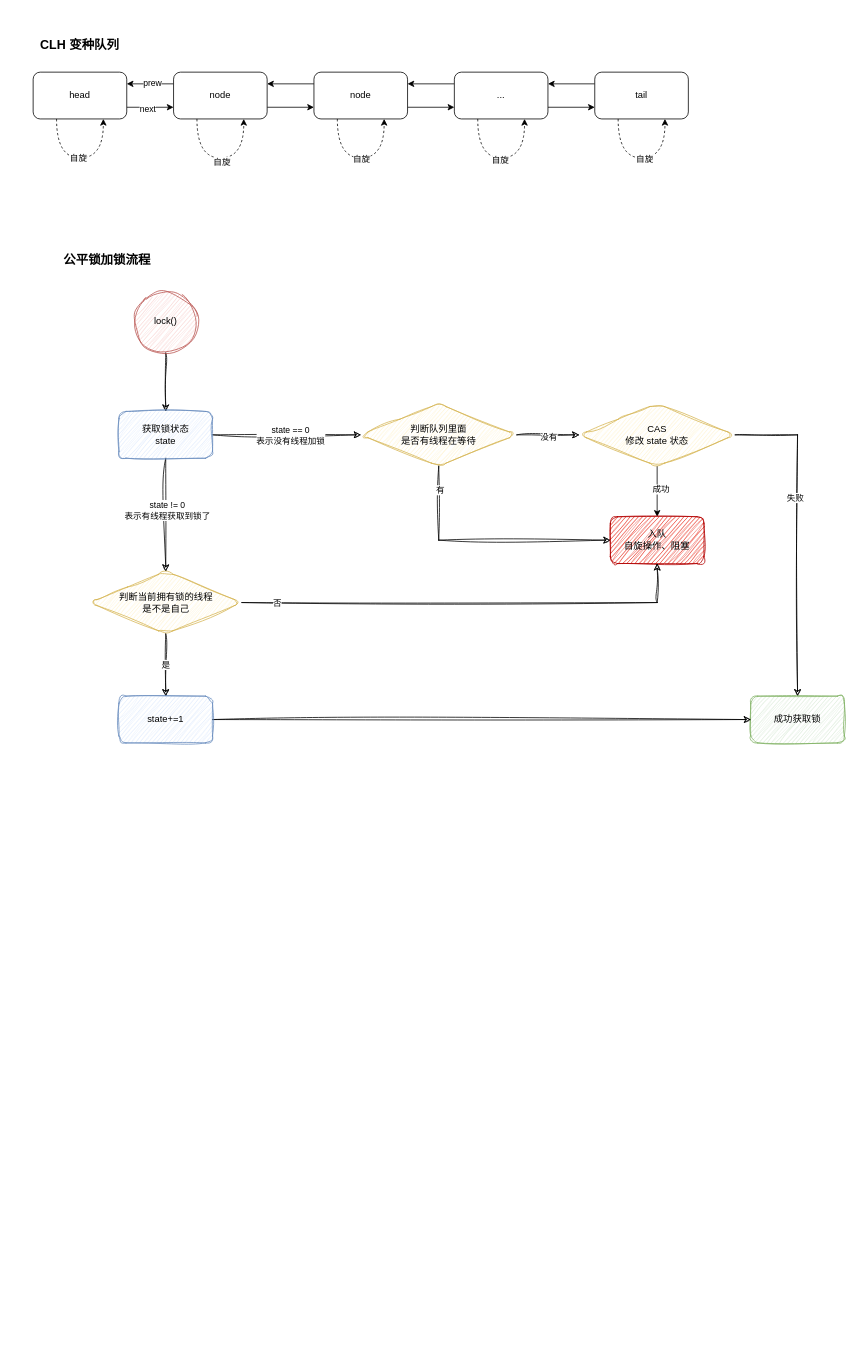
Before: juc/公平/非公平锁.drawio in thebesteric/draw.io, a draw.io diagram. Source tidied: cells renumbered, new cells numbered last; positions are measured from the earlier drawing's top-left corner, leaving out a move shared by most shapes. Both pictures are drawn from the tidied source at 78%, with x=0, y=0 at pixel (13, 33).
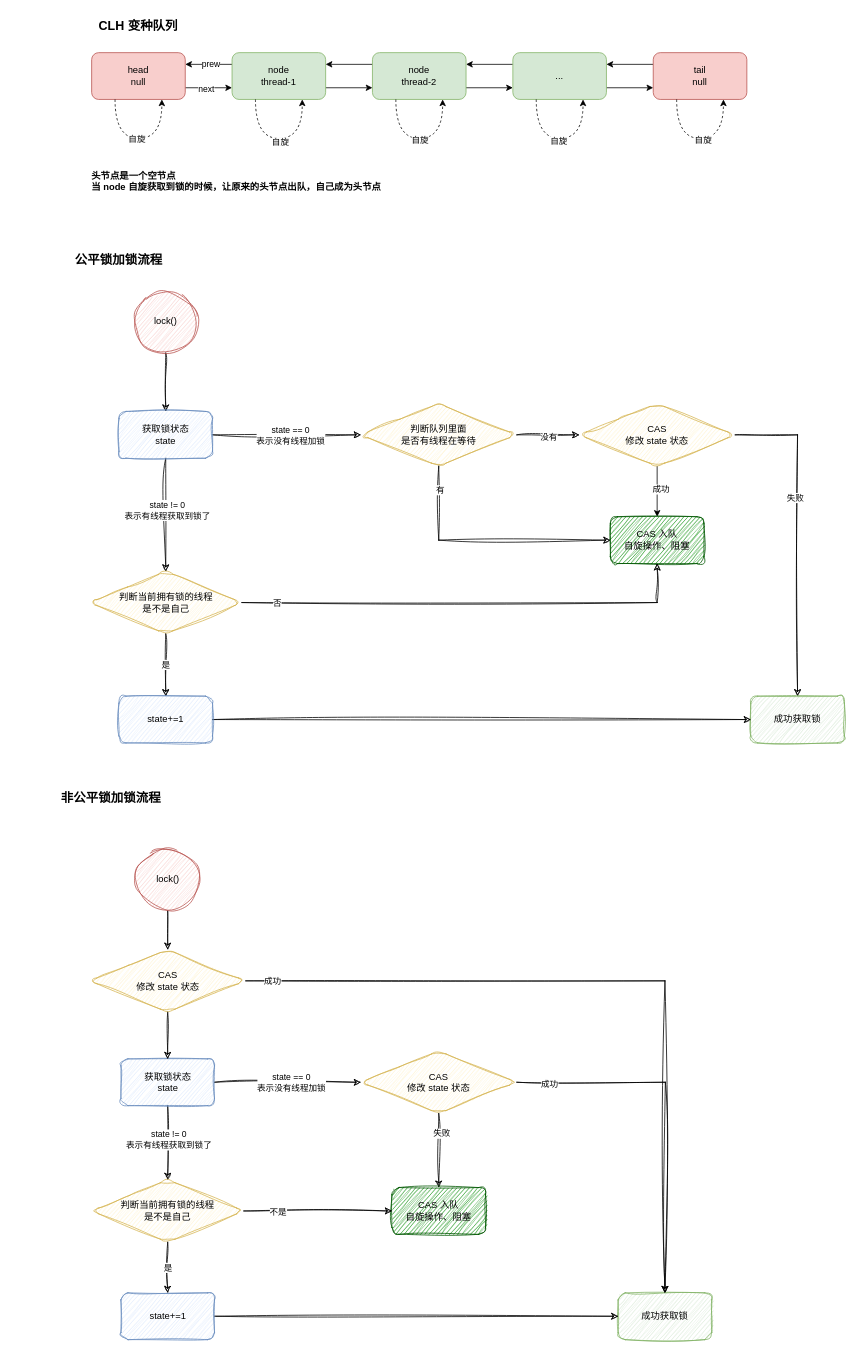
Above is the later version.

Commit message (it also covers changes not shown here):
更新公平/非公平锁.drawio

What changed in the source:
```diff
@@
     <mxCell id="8" value="公平锁加锁流程" style="text;html=1;strokeColor=none;fillColor=none;align=center;verticalAlign=middle;whiteSpace=wrap;rounded=0;fontStyle=1;fontSize=16;" parent="1" vertex="1">
-      <mxGeometry x="35" y="275" width="170" height="30" as="geometry" />
+      <mxGeometry x="65" y="275" width="140" height="30" as="geometry" />
     </mxCell>
@@
-    <mxCell id="16" value="head" style="rounded=1;whiteSpace=wrap;html=1;" parent="1" vertex="1">
-      <mxGeometry x="25" y="50" width="120" height="60" as="geometry" />
+    <mxCell id="16" value="head&lt;br&gt;null" style="rounded=1;whiteSpace=wrap;html=1;fillColor=#f8cecc;strokeColor=#b85450;" parent="1" vertex="1">
+      <mxGeometry x="100" y="25" width="120" height="60" as="geometry" />
     </mxCell>
@@
-    <mxCell id="20" value="node" style="rounded=1;whiteSpace=wrap;html=1;" parent="1" vertex="1">
-      <mxGeometry x="205" y="50" width="120" height="60" as="geometry" />
+    <mxCell id="20" value="node&lt;br&gt;thread-1" style="rounded=1;whiteSpace=wrap;html=1;fillColor=#d5e8d4;strokeColor=#82b366;" parent="1" vertex="1">
+      <mxGeometry x="280" y="25" width="120" height="60" as="geometry" />
     </mxCell>
@@
-    <mxCell id="23" value="node" style="rounded=1;whiteSpace=wrap;html=1;" parent="1" vertex="1">
-      <mxGeometry x="385" y="50" width="120" height="60" as="geometry" />
+    <mxCell id="23" value="node&lt;br&gt;thread-2" style="rounded=1;whiteSpace=wrap;html=1;fillColor=#d5e8d4;strokeColor=#82b366;" parent="1" vertex="1">
+      <mxGeometry x="460" y="25" width="120" height="60" as="geometry" />
     </mxCell>
@@
-    <mxCell id="26" value="..." style="rounded=1;whiteSpace=wrap;html=1;" parent="1" vertex="1">
-      <mxGeometry x="565" y="50" width="120" height="60" as="geometry" />
+    <mxCell id="26" value="..." style="rounded=1;whiteSpace=wrap;html=1;fillColor=#d5e8d4;strokeColor=#82b366;" parent="1" vertex="1">
+      <mxGeometry x="640" y="25" width="120" height="60" as="geometry" />
     </mxCell>
@@
-    <mxCell id="28" value="tail" style="rounded=1;whiteSpace=wrap;html=1;" parent="1" vertex="1">
-      <mxGeometry x="745" y="50" width="120" height="60" as="geometry" />
+    <mxCell id="28" value="tail&lt;br&gt;null" style="rounded=1;whiteSpace=wrap;html=1;fillColor=#f8cecc;strokeColor=#b85450;" parent="1" vertex="1">
+      <mxGeometry x="820" y="25" width="120" height="60" as="geometry" />
     </mxCell>
     <mxCell id="29" value="CLH 变种队列" style="text;html=1;strokeColor=none;fillColor=none;align=center;verticalAlign=middle;whiteSpace=wrap;rounded=0;fontStyle=1;fontSize=16;" parent="1" vertex="1">
-      <mxGeometry width="170" height="30" as="geometry" />
+      <mxGeometry x="75" y="-25" width="170" height="30" as="geometry" />
     </mxCell>
     <mxCell id="30" style="edgeStyle=orthogonalEdgeStyle;rounded=0;orthogonalLoop=1;jettySize=auto;html=1;exitX=0.25;exitY=1;exitDx=0;exitDy=0;entryX=0.75;entryY=1;entryDx=0;entryDy=0;curved=1;dashed=1;" parent="1" edge="1" source="20" target="20">
       <mxGeometry relative="1" as="geometry">
         <Array as="points">
-          <mxPoint x="235" y="160" />
-          <mxPoint x="295" y="160" />
+          <mxPoint x="310" y="135" />
+          <mxPoint x="370" y="135" />
         </Array>
       </mxGeometry>
     </mxCell>
@@
     <mxCell id="32" style="edgeStyle=orthogonalEdgeStyle;rounded=0;orthogonalLoop=1;jettySize=auto;html=1;exitX=0.25;exitY=1;exitDx=0;exitDy=0;entryX=0.75;entryY=1;entryDx=0;entryDy=0;curved=1;dashed=1;" parent="1" edge="1" source="23" target="23">
       <mxGeometry relative="1" as="geometry">
         <Array as="points">
-          <mxPoint x="415" y="160" />
-          <mxPoint x="475" y="160" />
+          <mxPoint x="490" y="135" />
+          <mxPoint x="550" y="135" />
         </Array>
       </mxGeometry>
     </mxCell>
@@
     <mxCell id="34" style="edgeStyle=orthogonalEdgeStyle;rounded=0;orthogonalLoop=1;jettySize=auto;html=1;exitX=0.25;exitY=1;exitDx=0;exitDy=0;entryX=0.75;entryY=1;entryDx=0;entryDy=0;curved=1;dashed=1;" parent="1" edge="1" source="26" target="26">
       <mxGeometry relative="1" as="geometry">
         <Array as="points">
-          <mxPoint x="595" y="160" />
-          <mxPoint x="655" y="160" />
+          <mxPoint x="670" y="135" />
+          <mxPoint x="730" y="135" />
         </Array>
       </mxGeometry>
     </mxCell>
@@
     <mxCell id="36" style="edgeStyle=orthogonalEdgeStyle;rounded=0;orthogonalLoop=1;jettySize=auto;html=1;exitX=0.25;exitY=1;exitDx=0;exitDy=0;entryX=0.75;entryY=1;entryDx=0;entryDy=0;curved=1;dashed=1;" parent="1" edge="1" source="28" target="28">
       <mxGeometry relative="1" as="geometry">
         <Array as="points">
-          <mxPoint x="775" y="160" />
-          <mxPoint x="835" y="160" />
+          <mxPoint x="850" y="135" />
+          <mxPoint x="910" y="135" />
         </Array>
       </mxGeometry>
     </mxCell>
@@
     <mxCell id="38" style="edgeStyle=orthogonalEdgeStyle;rounded=0;orthogonalLoop=1;jettySize=auto;html=1;exitX=0.25;exitY=1;exitDx=0;exitDy=0;entryX=0.75;entryY=1;entryDx=0;entryDy=0;curved=1;dashed=1;" parent="1" edge="1" source="16" target="16">
       <mxGeometry relative="1" as="geometry">
         <Array as="points">
-          <mxPoint x="55" y="160" />
-          <mxPoint x="115" y="160" />
+          <mxPoint x="130" y="135" />
+          <mxPoint x="190" y="135" />
         </Array>
       </mxGeometry>
     </mxCell>
@@
-    <mxCell id="47" value="入队&lt;br&gt;自旋操作、阻塞" style="whiteSpace=wrap;html=1;rounded=1;sketch=1;curveFitting=1;jiggle=2;fillColor=#e51400;strokeColor=#B20000;fontColor=#000000;" parent="1" vertex="1">
+    <mxCell id="47" value="CAS 入队&lt;br&gt;自旋操作、阻塞" style="whiteSpace=wrap;html=1;rounded=1;sketch=1;curveFitting=1;jiggle=2;fillColor=#008a00;strokeColor=#005700;fontColor=#000000;" parent="1" vertex="1">
       <mxGeometry x="765" y="620" width="120" height="60" as="geometry" />
     </mxCell>
@@
+    <mxCell id="54" value="头节点是一个空节点&lt;br&gt;当 node 自旋获取到锁的时候，让原来的头节点出队，自己成为头节点" style="text;html=1;strokeColor=none;fillColor=none;align=left;verticalAlign=middle;whiteSpace=wrap;rounded=0;fontStyle=1;" parent="1" vertex="1">
+      <mxGeometry x="97.5" y="165" width="386" height="50" as="geometry" />
+    </mxCell>
+    <mxCell id="55" value="非公平锁加锁流程" style="text;html=1;strokeColor=none;fillColor=none;align=center;verticalAlign=middle;whiteSpace=wrap;rounded=0;fontStyle=1;fontSize=16;" parent="1" vertex="1">
+      <mxGeometry x="55" y="965" width="140" height="30" as="geometry" />
+    </mxCell>
+    <mxCell id="56" style="edgeStyle=orthogonalEdgeStyle;rounded=0;jettySize=auto;html=1;sketch=1;curveFitting=1;jiggle=2;exitX=0.5;exitY=1;exitDx=0;exitDy=0;entryX=0.5;entryY=0;entryDx=0;entryDy=0;" parent="1" edge="1" source="67" target="79">
+      <mxGeometry relative="1" as="geometry" />
+    </mxCell>
+    <mxCell id="57" style="edgeStyle=orthogonalEdgeStyle;rounded=0;jettySize=auto;html=1;sketch=1;curveFitting=1;jiggle=2;entryX=0;entryY=0.5;entryDx=0;entryDy=0;" parent="1" edge="1" source="61" target="66">
+      <mxGeometry relative="1" as="geometry" />
+    </mxCell>
+    <mxCell id="58" value="state == 0&lt;br&gt;表示没有线程加锁" style="edgeLabel;html=1;align=center;verticalAlign=middle;" parent="57" vertex="1">
+      <mxGeometry x="0.04" relative="1" as="geometry" />
+    </mxCell>
+    <mxCell id="59" style="edgeStyle=orthogonalEdgeStyle;rounded=0;jettySize=auto;html=1;sketch=1;curveFitting=1;jiggle=2;" parent="1" edge="1" source="61" target="73">
+      <mxGeometry relative="1" as="geometry" />
+    </mxCell>
+    <mxCell id="60" value="state != 0&lt;br&gt;表示有线程获取到锁了" style="edgeLabel;html=1;align=center;verticalAlign=middle;" parent="59" vertex="1">
+      <mxGeometry x="-0.09" y="1" relative="1" as="geometry" />
+    </mxCell>
+    <mxCell id="61" value="获取锁状态&lt;br&gt;state" style="whiteSpace=wrap;html=1;rounded=1;sketch=1;curveFitting=1;jiggle=2;fillColor=#dae8fc;strokeColor=#6c8ebf;" parent="1" vertex="1">
+      <mxGeometry x="137.5" y="1315" width="120" height="60" as="geometry" />
+    </mxCell>
+    <mxCell id="62" style="edgeStyle=orthogonalEdgeStyle;rounded=0;jettySize=auto;html=1;sketch=1;curveFitting=1;jiggle=2;entryX=0.5;entryY=0;entryDx=0;entryDy=0;" parent="1" edge="1" source="66" target="69">
+      <mxGeometry relative="1" as="geometry" />
+    </mxCell>
+    <mxCell id="63" value="失败" style="edgeLabel;html=1;align=center;verticalAlign=middle;" parent="62" vertex="1">
+      <mxGeometry x="-0.47" y="3" relative="1" as="geometry" />
+    </mxCell>
+    <mxCell id="64" style="edgeStyle=orthogonalEdgeStyle;rounded=0;jettySize=auto;html=1;exitX=1;exitY=0.5;exitDx=0;exitDy=0;sketch=1;curveFitting=1;jiggle=2;" parent="1" edge="1" source="66">
+      <mxGeometry relative="1" as="geometry">
+        <mxPoint x="835" y="1615" as="targetPoint" />
+      </mxGeometry>
+    </mxCell>
+    <mxCell id="65" value="成功" style="edgeLabel;html=1;align=center;verticalAlign=middle;" parent="64" vertex="1">
+      <mxGeometry x="-0.82" y="-2" relative="1" as="geometry" />
+    </mxCell>
+    <mxCell id="66" value="CAS&lt;br&gt;修改 state 状态" style="rhombus;whiteSpace=wrap;html=1;rounded=1;sketch=1;curveFitting=1;jiggle=2;fillColor=#fff2cc;strokeColor=#d6b656;" parent="1" vertex="1">
+      <mxGeometry x="445" y="1305" width="200" height="80" as="geometry" />
+    </mxCell>
+    <mxCell id="67" value="lock()" style="ellipse;whiteSpace=wrap;html=1;sketch=1;curveFitting=1;jiggle=2;fillColor=#f8cecc;strokeColor=#b85450;" parent="1" vertex="1">
+      <mxGeometry x="157.5" y="1045" width="80" height="80" as="geometry" />
+    </mxCell>
+    <mxCell id="68" value="成功获取锁" style="whiteSpace=wrap;html=1;fillColor=#d5e8d4;strokeColor=#82b366;rounded=1;sketch=1;curveFitting=1;jiggle=2;" parent="1" vertex="1">
+      <mxGeometry x="775" y="1615" width="120" height="60" as="geometry" />
+    </mxCell>
+    <mxCell id="69" value="CAS 入队&lt;br&gt;自旋操作、阻塞" style="whiteSpace=wrap;html=1;rounded=1;sketch=1;curveFitting=1;jiggle=2;fillColor=#008a00;strokeColor=#005700;fontColor=#000000;" parent="1" vertex="1">
+      <mxGeometry x="485" y="1480" width="120" height="60" as="geometry" />
+    </mxCell>
+    <mxCell id="70" value="是" style="edgeStyle=orthogonalEdgeStyle;rounded=0;jettySize=auto;html=1;sketch=1;curveFitting=1;jiggle=2;" parent="1" edge="1" source="73" target="75">
+      <mxGeometry relative="1" as="geometry" />
+    </mxCell>
+    <mxCell id="71" style="edgeStyle=orthogonalEdgeStyle;rounded=0;jettySize=auto;html=1;exitX=1;exitY=0.5;exitDx=0;exitDy=0;sketch=1;curveFitting=1;jiggle=2;entryX=0;entryY=0.5;entryDx=0;entryDy=0;" parent="1" edge="1" source="73" target="69">
+      <mxGeometry relative="1" as="geometry" />
+    </mxCell>
+    <mxCell id="72" value="不是" style="edgeLabel;html=1;align=center;verticalAlign=middle;" parent="71" vertex="1">
+      <mxGeometry x="-0.55" y="-1" relative="1" as="geometry" />
+    </mxCell>
+    <mxCell id="73" value="判断当前拥有锁的线程&lt;br&gt;是不是自己" style="rhombus;whiteSpace=wrap;html=1;rounded=1;sketch=1;curveFitting=1;jiggle=2;fillColor=#fff2cc;strokeColor=#d6b656;" parent="1" vertex="1">
+      <mxGeometry x="100" y="1470" width="195" height="80" as="geometry" />
+    </mxCell>
+    <mxCell id="74" style="edgeStyle=orthogonalEdgeStyle;rounded=0;jettySize=auto;html=1;exitX=1;exitY=0.5;exitDx=0;exitDy=0;entryX=0;entryY=0.5;entryDx=0;entryDy=0;sketch=1;curveFitting=1;jiggle=2;" parent="1" edge="1" source="75" target="68">
+      <mxGeometry relative="1" as="geometry" />
+    </mxCell>
+    <mxCell id="75" value="state+=1" style="whiteSpace=wrap;html=1;fillColor=#dae8fc;strokeColor=#6c8ebf;rounded=1;sketch=1;curveFitting=1;jiggle=2;" parent="1" vertex="1">
+      <mxGeometry x="137.5" y="1615" width="120" height="60" as="geometry" />
+    </mxCell>
+    <mxCell id="76" style="edgeStyle=orthogonalEdgeStyle;rounded=0;jettySize=auto;html=1;entryX=0.5;entryY=0;entryDx=0;entryDy=0;sketch=1;curveFitting=1;jiggle=2;" parent="1" edge="1" source="79" target="68">
+      <mxGeometry relative="1" as="geometry" />
+    </mxCell>
+    <mxCell id="77" value="成功" style="edgeLabel;html=1;align=center;verticalAlign=middle;" parent="76" vertex="1">
+      <mxGeometry x="-0.93" y="4" relative="1" as="geometry">
+        <mxPoint x="1" y="4" as="offset" />
+      </mxGeometry>
+    </mxCell>
+    <mxCell id="78" style="edgeStyle=orthogonalEdgeStyle;rounded=0;jettySize=auto;html=1;exitX=0.5;exitY=1;exitDx=0;exitDy=0;entryX=0.5;entryY=0;entryDx=0;entryDy=0;sketch=1;curveFitting=1;jiggle=2;" parent="1" edge="1" source="79" target="61">
+      <mxGeometry relative="1" as="geometry" />
+    </mxCell>
+    <mxCell id="79" value="CAS&lt;br&gt;修改 state 状态" style="rhombus;whiteSpace=wrap;html=1;rounded=1;sketch=1;curveFitting=1;jiggle=2;fillColor=#fff2cc;strokeColor=#d6b656;" parent="1" vertex="1">
+      <mxGeometry x="97.5" y="1175" width="200" height="80" as="geometry" />
+    </mxCell>
```
